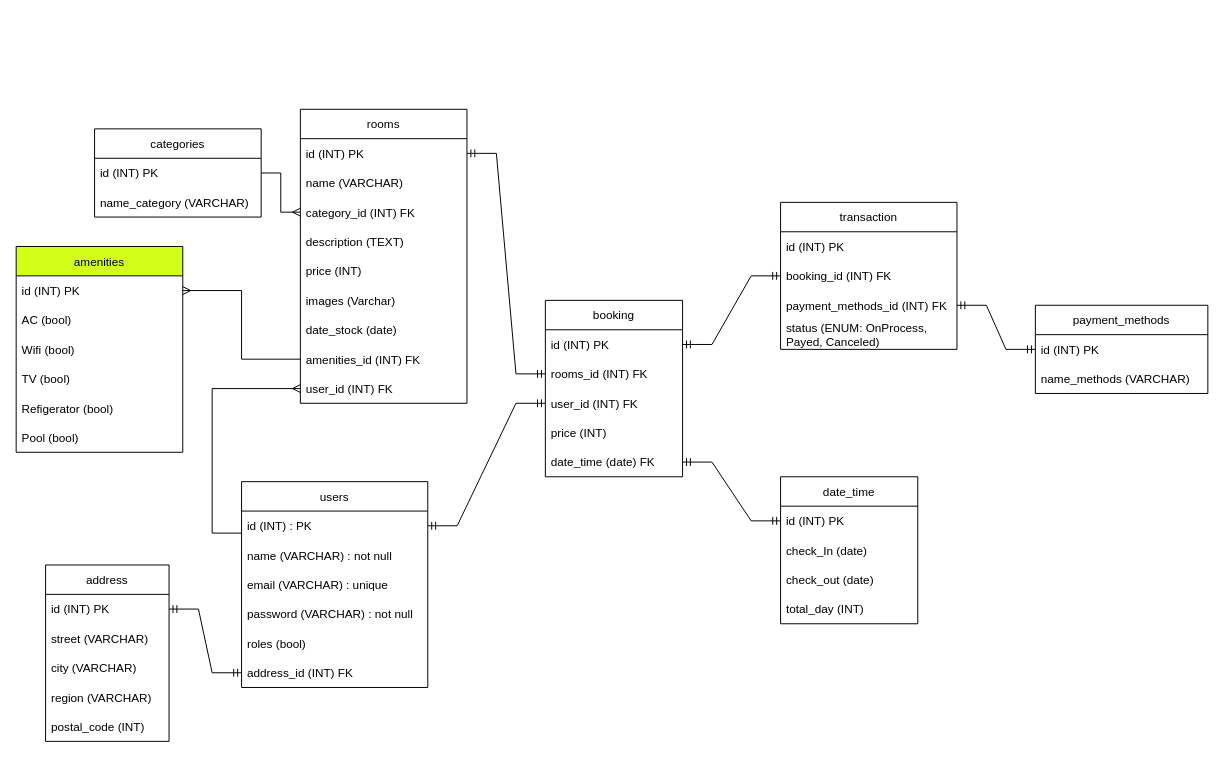
The draw.io diagram ERD.drawio in air-bnb-group-3/BE, before the edit. Source tidied: cells renumbered, new cells numbered last; positions are measured from the earlier drawing's top-left corner, leaving out a move shared by most shapes. Both pictures are drawn from the tidied source at 98%, with x=0, y=0 at pixel (16, 109).
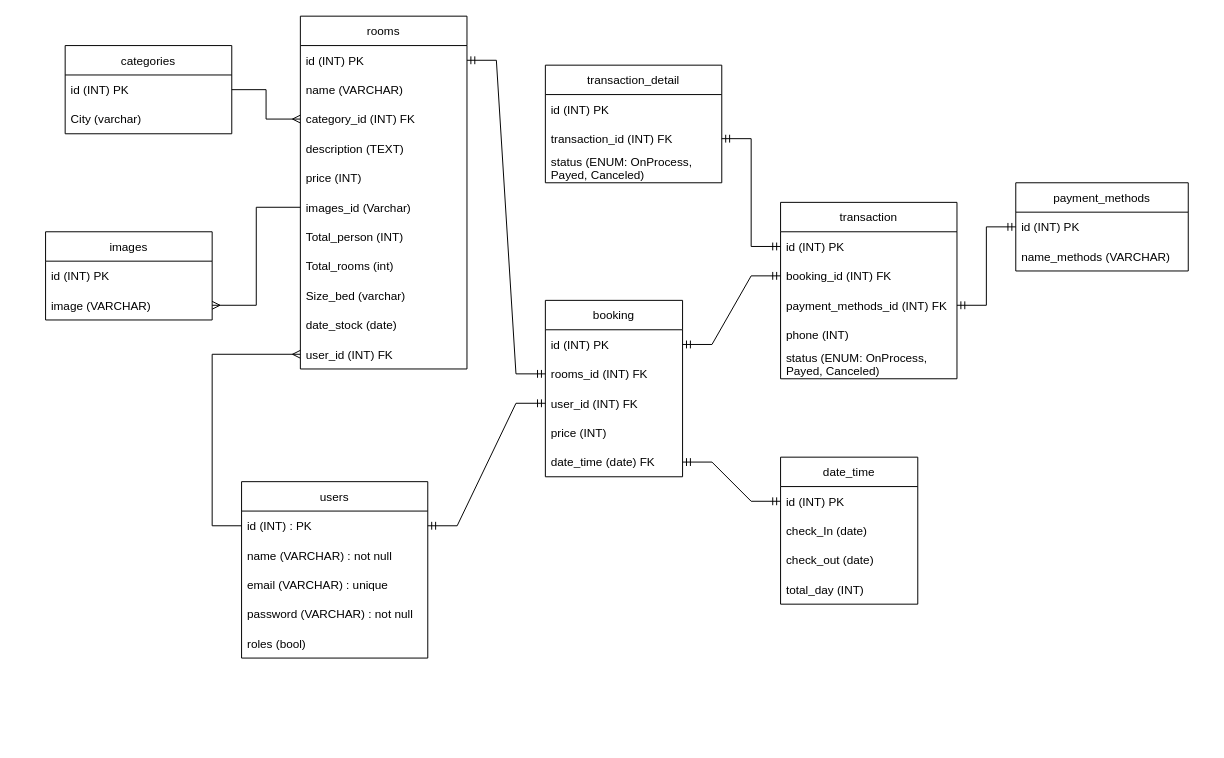
The same page after the edit.

The change refers to these unchanged cells:
```xml
<mxCell id="20" value="id (INT) PK" style="text;strokeColor=none;fillColor=none;align=left;verticalAlign=middle;spacingLeft=4;spacingRight=4;overflow=hidden;points=[[0,0.5],[1,0.5]];portConstraint=eastwest;" parent="19" vertex="1">
  <mxGeometry y="30" width="180" height="30" as="geometry" />
</mxCell>
```

Diff of the diagram source:
```diff
@@
     <mxCell id="2" value="users" style="swimlane;fontStyle=0;horizontal=1;startSize=30;" parent="1" vertex="1">
-      <mxGeometry x="230" y="380" width="190" height="210" as="geometry" />
+      <mxGeometry x="230" y="380" width="190" height="180" as="geometry" />
     </mxCell>
@@
-    <mxCell id="8" value="address_id (INT) FK " style="text;strokeColor=none;fillColor=none;align=left;verticalAlign=middle;spacingLeft=4;spacingRight=4;overflow=hidden;points=[[0,0.5],[1,0.5]];portConstraint=eastwest;" parent="2" vertex="1">
-      <mxGeometry y="180" width="190" height="30" as="geometry" />
-    </mxCell>
     <mxCell id="9" value="rooms" style="swimlane;fontStyle=0;horizontal=1;startSize=30;" parent="1" vertex="1">
-      <mxGeometry x="290" width="170" height="300" as="geometry" />
+      <mxGeometry x="290" y="-95" width="170" height="360" as="geometry" />
     </mxCell>
@@
-    <mxCell id="15" value="images (Varchar)" style="text;strokeColor=none;fillColor=none;align=left;verticalAlign=middle;spacingLeft=4;spacingRight=4;overflow=hidden;points=[[0,0.5],[1,0.5]];portConstraint=eastwest;" parent="9" vertex="1">
+    <mxCell id="15" value="images_id (Varchar)" style="text;strokeColor=none;fillColor=none;align=left;verticalAlign=middle;spacingLeft=4;spacingRight=4;overflow=hidden;points=[[0,0.5],[1,0.5]];portConstraint=eastwest;" parent="9" vertex="1">
       <mxGeometry y="180" width="170" height="30" as="geometry" />
     </mxCell>
+    <mxCell id="63" value="Total_person (INT)" style="text;strokeColor=none;fillColor=none;align=left;verticalAlign=middle;spacingLeft=4;spacingRight=4;overflow=hidden;" parent="9" vertex="1">
+      <mxGeometry y="210" width="170" height="30" as="geometry" />
+    </mxCell>
+    <mxCell id="64" value="Total_rooms (int)" style="text;strokeColor=none;fillColor=none;align=left;verticalAlign=middle;spacingLeft=4;spacingRight=4;overflow=hidden;" parent="9" vertex="1">
+      <mxGeometry y="240" width="170" height="30" as="geometry" />
+    </mxCell>
+    <mxCell id="65" value="Size_bed (varchar)" style="text;strokeColor=none;fillColor=none;align=left;verticalAlign=middle;spacingLeft=4;spacingRight=4;overflow=hidden;" parent="9" vertex="1">
+      <mxGeometry y="270" width="170" height="30" as="geometry" />
+    </mxCell>
     <mxCell id="16" value="date_stock (date)" style="text;strokeColor=none;fillColor=none;align=left;verticalAlign=middle;spacingLeft=4;spacingRight=4;overflow=hidden;" parent="9" vertex="1">
-      <mxGeometry y="210" width="170" height="30" as="geometry" />
+      <mxGeometry y="300" width="170" height="30" as="geometry" />
     </mxCell>
-    <mxCell id="17" value="amenities_id (INT) FK" style="text;strokeColor=none;fillColor=none;align=left;verticalAlign=middle;spacingLeft=4;spacingRight=4;overflow=hidden;points=[[0,0.5],[1,0.5]];portConstraint=eastwest;" parent="9" vertex="1">
-      <mxGeometry y="240" width="170" height="30" as="geometry" />
-    </mxCell>
     <mxCell id="18" value="user_id (INT) FK" style="text;strokeColor=none;fillColor=none;align=left;verticalAlign=middle;spacingLeft=4;spacingRight=4;overflow=hidden;points=[[0,0.5],[1,0.5]];portConstraint=eastwest;" parent="9" vertex="1">
-      <mxGeometry y="270" width="170" height="30" as="geometry" />
+      <mxGeometry y="330" width="170" height="30" as="geometry" />
     </mxCell>
     <mxCell id="19" value="transaction" style="swimlane;fontStyle=0;horizontal=1;startSize=30;" parent="1" vertex="1">
-      <mxGeometry x="780" y="95" width="180" height="150" as="geometry" />
+      <mxGeometry x="780" y="95" width="180" height="180" as="geometry" />
     </mxCell>
@@
+    <mxCell id="66" value="phone (INT)" style="text;strokeColor=none;fillColor=none;align=left;verticalAlign=middle;spacingLeft=4;spacingRight=4;overflow=hidden;" parent="19" vertex="1">
+      <mxGeometry y="120" width="180" height="30" as="geometry" />
+    </mxCell>
     <mxCell id="23" value="status (ENUM: OnProcess, &#10;Payed, Canceled)" style="text;strokeColor=none;fillColor=none;align=left;verticalAlign=middle;spacingLeft=4;spacingRight=4;overflow=hidden;" parent="19" vertex="1">
-      <mxGeometry y="120" width="180" height="30" as="geometry" />
+      <mxGeometry y="150" width="180" height="30" as="geometry" />
     </mxCell>
-    <mxCell id="24" value="address" style="swimlane;fontStyle=0;horizontal=1;startSize=30;" parent="1" vertex="1">
-      <mxGeometry x="30" y="465" width="126" height="180" as="geometry" />
-    </mxCell>
-    <mxCell id="25" value="id (INT) PK" style="text;strokeColor=none;fillColor=none;align=left;verticalAlign=middle;spacingLeft=4;spacingRight=4;overflow=hidden;" parent="24" vertex="1">
-      <mxGeometry y="30" width="126" height="30" as="geometry" />
-    </mxCell>
-    <mxCell id="26" value="street (VARCHAR)" style="text;strokeColor=none;fillColor=none;align=left;verticalAlign=middle;spacingLeft=4;spacingRight=4;overflow=hidden;" parent="24" vertex="1">
-      <mxGeometry y="60" width="126" height="30" as="geometry" />
-    </mxCell>
-    <mxCell id="27" value="city (VARCHAR)" style="text;strokeColor=none;fillColor=none;align=left;verticalAlign=middle;spacingLeft=4;spacingRight=4;overflow=hidden;" parent="24" vertex="1">
-      <mxGeometry y="90" width="126" height="30" as="geometry" />
-    </mxCell>
-    <mxCell id="28" value="region (VARCHAR)" style="text;strokeColor=none;fillColor=none;align=left;verticalAlign=middle;spacingLeft=4;spacingRight=4;overflow=hidden;" parent="24" vertex="1">
-      <mxGeometry y="120" width="126" height="30" as="geometry" />
-    </mxCell>
-    <mxCell id="29" value="postal_code (INT)" style="text;strokeColor=none;fillColor=none;align=left;verticalAlign=middle;spacingLeft=4;spacingRight=4;overflow=hidden;" parent="24" vertex="1">
-      <mxGeometry y="150" width="126" height="30" as="geometry" />
-    </mxCell>
@@
     <mxCell id="38" value="payment_methods" style="swimlane;fontStyle=0;horizontal=1;startSize=30;" parent="1" vertex="1">
-      <mxGeometry x="1040" y="200" width="176" height="90" as="geometry" />
+      <mxGeometry x="1020" y="75" width="176" height="90" as="geometry" />
     </mxCell>
@@
-    <mxCell id="41" style="edgeStyle=entityRelationEdgeStyle;fontSize=12;html=1;endArrow=ERmandOne;startArrow=ERmandOne;rounded=0;entryX=1;entryY=0.25;entryDx=0;entryDy=0;exitX=0;exitY=0.5;exitDx=0;exitDy=0;" parent="1" edge="1" source="8" target="24">
-      <mxGeometry relative="1" as="geometry" />
-    </mxCell>
@@
     <mxCell id="43" value="date_time" style="swimlane;fontStyle=0;horizontal=1;startSize=30;" parent="1" vertex="1">
-      <mxGeometry x="780" y="375" width="140" height="150" as="geometry" />
+      <mxGeometry x="780" y="355" width="140" height="150" as="geometry" />
     </mxCell>
@@
-    <mxCell id="50" value="amenities" style="swimlane;fontStyle=0;horizontal=1;startSize=30;fillColor=#D1FF17;" parent="1" vertex="1">
-      <mxGeometry y="140" width="170" height="210" as="geometry" />
-    </mxCell>
-    <mxCell id="51" value="id (INT) PK" style="text;strokeColor=none;fillColor=none;align=left;verticalAlign=middle;spacingLeft=4;spacingRight=4;overflow=hidden;points=[[0,0.5],[1,0.5]];portConstraint=eastwest;" parent="50" vertex="1">
-      <mxGeometry y="30" width="170" height="30" as="geometry" />
-    </mxCell>
-    <mxCell id="52" value="AC (bool)" style="text;strokeColor=none;fillColor=none;align=left;verticalAlign=middle;spacingLeft=4;spacingRight=4;overflow=hidden;" parent="50" vertex="1">
-      <mxGeometry y="60" width="170" height="30" as="geometry" />
-    </mxCell>
-    <mxCell id="53" value="Wifi (bool)" style="text;strokeColor=none;fillColor=none;align=left;verticalAlign=middle;spacingLeft=4;spacingRight=4;overflow=hidden;" parent="50" vertex="1">
-      <mxGeometry y="90" width="170" height="30" as="geometry" />
-    </mxCell>
-    <mxCell id="54" value="TV (bool)" style="text;strokeColor=none;fillColor=none;align=left;verticalAlign=middle;spacingLeft=4;spacingRight=4;overflow=hidden;" parent="50" vertex="1">
-      <mxGeometry y="120" width="170" height="30" as="geometry" />
-    </mxCell>
-    <mxCell id="55" value="Refigerator (bool)" style="text;strokeColor=none;fillColor=none;align=left;verticalAlign=middle;spacingLeft=4;spacingRight=4;overflow=hidden;" parent="50" vertex="1">
-      <mxGeometry y="150" width="170" height="30" as="geometry" />
-    </mxCell>
-    <mxCell id="56" value="Pool (bool)" style="text;strokeColor=none;fillColor=none;align=left;verticalAlign=middle;spacingLeft=4;spacingRight=4;overflow=hidden;" parent="50" vertex="1">
-      <mxGeometry y="180" width="170" height="30" as="geometry" />
-    </mxCell>
     <mxCell id="57" value="categories" style="swimlane;fontStyle=0;horizontal=1;startSize=30;" parent="1" vertex="1">
-      <mxGeometry x="80" y="20" width="170" height="90" as="geometry" />
+      <mxGeometry x="50" y="-65" width="170" height="90" as="geometry" />
     </mxCell>
@@
-    <mxCell id="59" value="name_category (VARCHAR) " style="text;strokeColor=none;fillColor=none;align=left;verticalAlign=middle;spacingLeft=4;spacingRight=4;overflow=hidden;" parent="57" vertex="1">
+    <mxCell id="59" value="City (varchar)" style="text;strokeColor=none;fillColor=none;align=left;verticalAlign=middle;spacingLeft=4;spacingRight=4;overflow=hidden;" parent="57" vertex="1">
       <mxGeometry y="60" width="170" height="30" as="geometry" />
     </mxCell>
-    <mxCell id="60" style="edgeStyle=elbowEdgeStyle;fontSize=12;html=1;endArrow=ERmany;rounded=0;exitX=0;exitY=0.5;exitDx=0;exitDy=0;entryX=1;entryY=0.5;entryDx=0;entryDy=0;" parent="1" edge="1" source="17" target="51">
-      <mxGeometry relative="1" as="geometry" />
-    </mxCell>
@@
+    <mxCell id="67" value="images" style="swimlane;fontStyle=0;horizontal=1;startSize=30;" parent="1" vertex="1">
+      <mxGeometry x="30" y="125" width="170" height="90" as="geometry" />
+    </mxCell>
+    <mxCell id="51" value="id (INT) PK" style="text;strokeColor=none;fillColor=none;align=left;verticalAlign=middle;spacingLeft=4;spacingRight=4;overflow=hidden;points=[[0,0.5],[1,0.5]];portConstraint=eastwest;" parent="67" vertex="1">
+      <mxGeometry y="30" width="170" height="30" as="geometry" />
+    </mxCell>
+    <mxCell id="68" value="image (VARCHAR) " style="text;strokeColor=none;fillColor=none;align=left;verticalAlign=middle;spacingLeft=4;spacingRight=4;overflow=hidden;points=[[0,0.5],[1,0.5]];portConstraint=eastwest;" parent="67" vertex="1">
+      <mxGeometry y="60" width="170" height="30" as="geometry" />
+    </mxCell>
+    <mxCell id="69" style="edgeStyle=elbowEdgeStyle;fontSize=12;html=1;endArrow=ERmany;rounded=0;exitX=0;exitY=0.5;exitDx=0;exitDy=0;entryX=1;entryY=0.5;entryDx=0;entryDy=0;" parent="1" edge="1" source="15" target="68">
+      <mxGeometry relative="1" as="geometry" />
+    </mxCell>
+    <mxCell id="70" value="transaction_detail" style="swimlane;fontStyle=0;horizontal=1;startSize=30;" parent="1" vertex="1">
+      <mxGeometry x="540" y="-45" width="180" height="120" as="geometry" />
+    </mxCell>
+    <mxCell id="25" value="id (INT) PK" style="text;strokeColor=none;fillColor=none;align=left;verticalAlign=middle;spacingLeft=4;spacingRight=4;overflow=hidden;" parent="70" vertex="1">
+      <mxGeometry y="30" width="180" height="30" as="geometry" />
+    </mxCell>
+    <mxCell id="71" value="transaction_id (INT) FK" style="text;strokeColor=none;fillColor=none;align=left;verticalAlign=middle;spacingLeft=4;spacingRight=4;overflow=hidden;points=[[0,0.5],[1,0.5]];portConstraint=eastwest;" parent="70" vertex="1">
+      <mxGeometry y="60" width="180" height="30" as="geometry" />
+    </mxCell>
+    <mxCell id="72" value="status (ENUM: OnProcess, &#10;Payed, Canceled)" style="text;strokeColor=none;fillColor=none;align=left;verticalAlign=middle;spacingLeft=4;spacingRight=4;overflow=hidden;" parent="70" vertex="1">
+      <mxGeometry y="90" width="180" height="30" as="geometry" />
+    </mxCell>
+    <mxCell id="73" style="edgeStyle=entityRelationEdgeStyle;fontSize=12;html=1;endArrow=ERmandOne;startArrow=ERmandOne;rounded=0;entryX=1;entryY=0.5;entryDx=0;entryDy=0;exitX=0;exitY=0.5;exitDx=0;exitDy=0;" parent="1" edge="1" source="20" target="71">
+      <mxGeometry relative="1" as="geometry" />
+    </mxCell>
```
